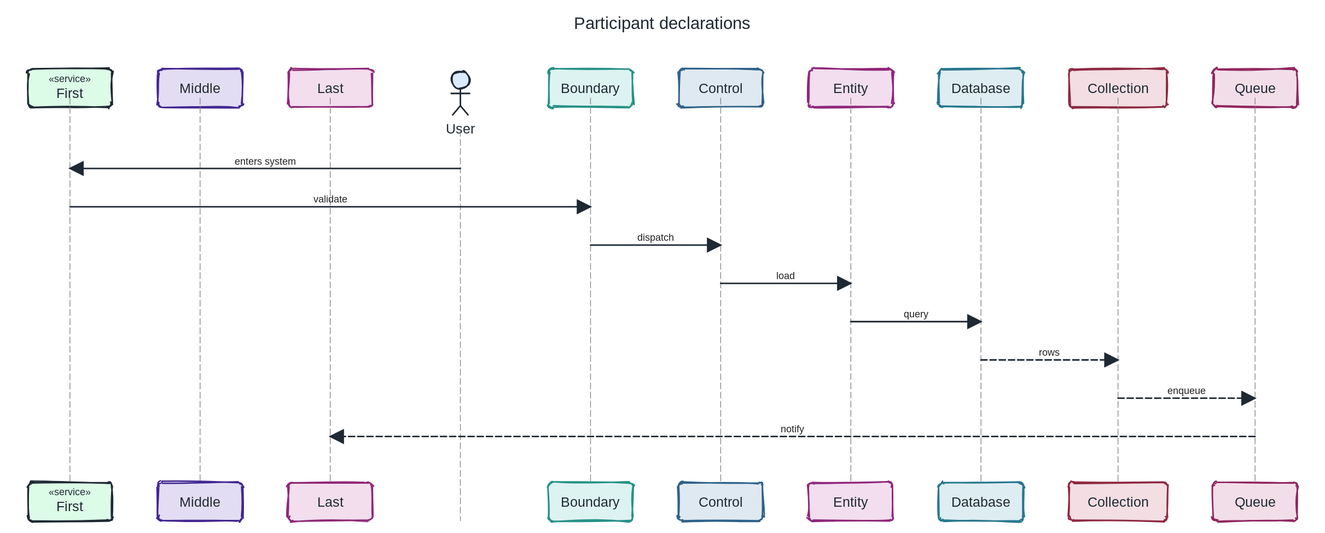
Above: docs/ressources/sequence/svg/participants.svg in grethel-labs/excaliplant (PlantUML), before the change. Its source is kept beside it as docs/ressources/sequence/puml/participants.puml.
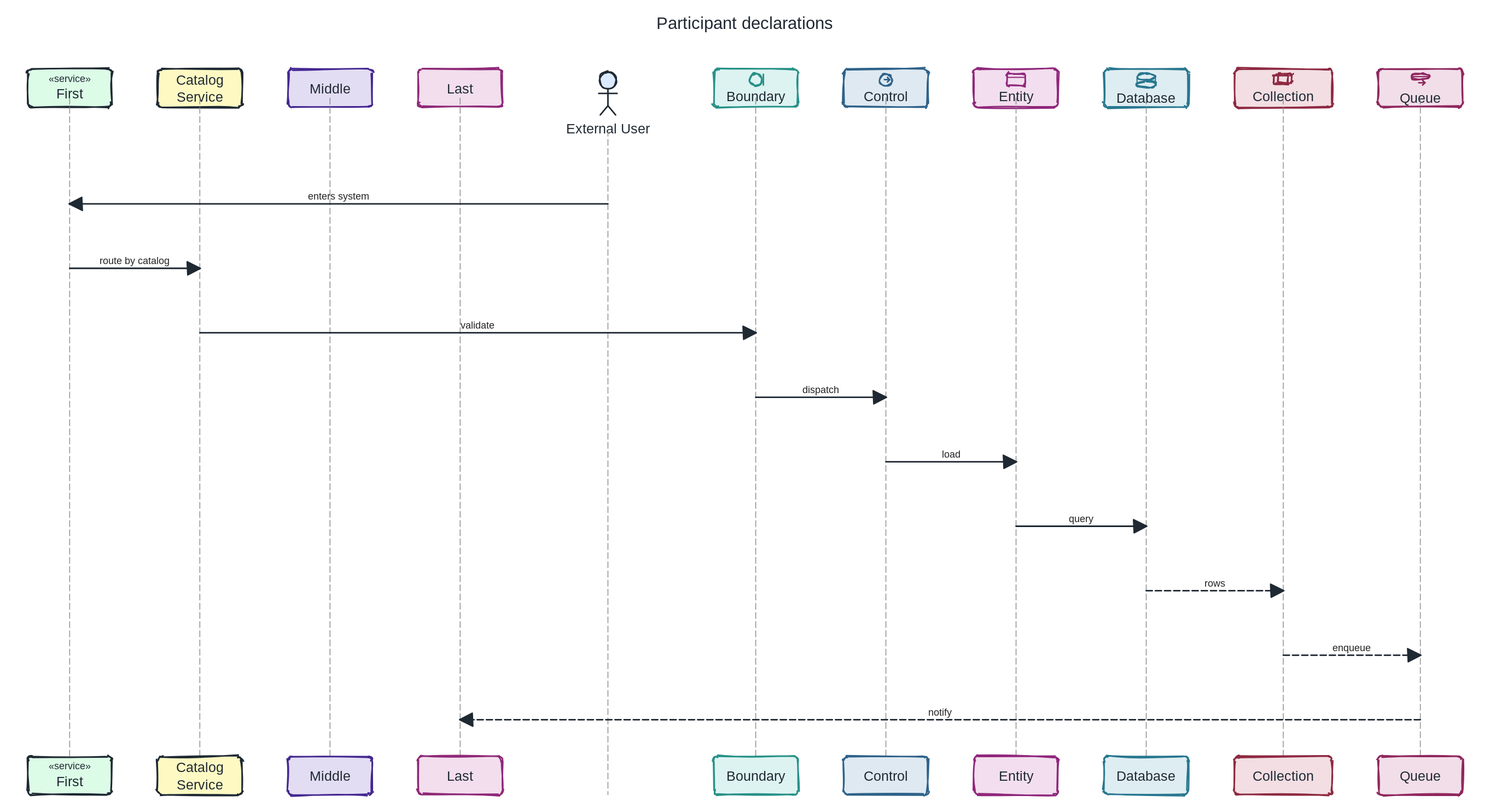
Later version of the same file.

Change to the diagram source:
```diff
@@ -10,8 +10,13 @@
 collections Collection
 queue Queue
 participant First <<service>> #LightGreen order 10
+participant "Catalog Service" as Catalog #LightYellow order 15 [
+=Catalog
+Service
+]
 User -> First: enters system
-First -> Boundary: validate
+First -> Catalog: route by catalog
+Catalog -> Boundary: validate
 Boundary -> Control: dispatch
 Control -> Entity: load
 Entity -> Database: query
```
